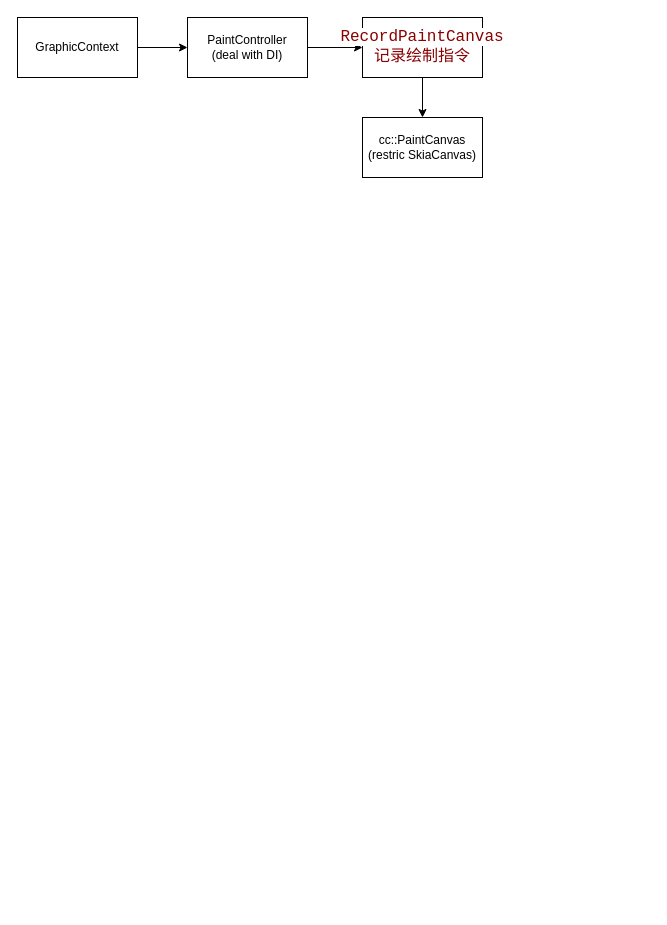
trancx/blog keeps this draw.io diagram as page "Painter" (6 of 6) of blink_cc.drawio. Above is the earlier version. Source tidied: cells renumbered, new cells numbered last; positions are measured from the earlier drawing's top-left corner, leaving out a move shared by most shapes. Both pictures are drawn from the tidied source at 100%, with x=0, y=0 at pixel (17, 17).
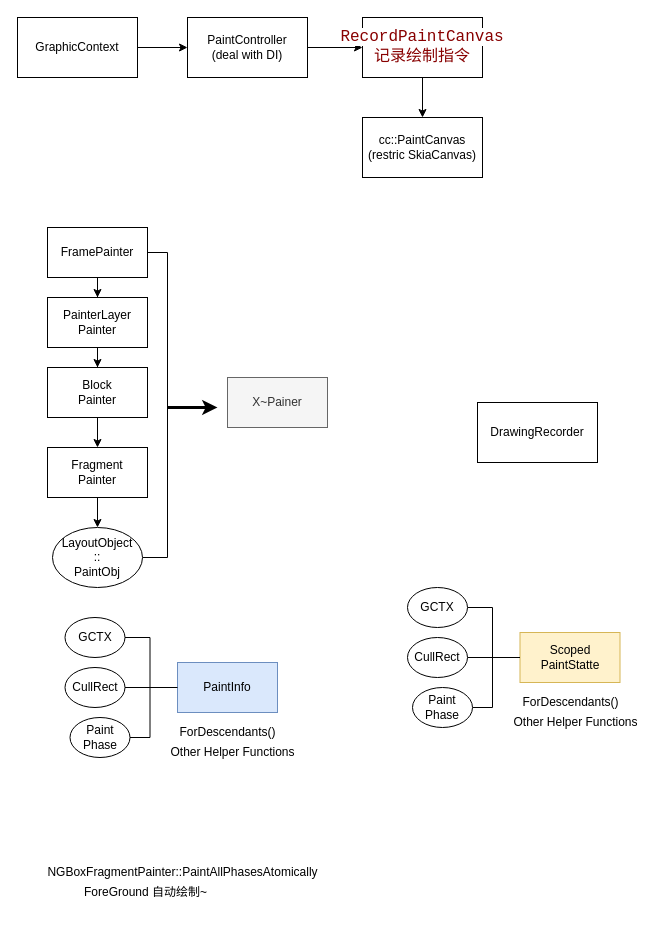
The same diagram, later.

What changed in the source:
```diff
@@
+    <mxCell id="9" value="DrawingRecorder" style="whiteSpace=wrap;html=1;" parent="1" vertex="1">
+      <mxGeometry x="460" y="385" width="120" height="60" as="geometry" />
+    </mxCell>
+    <mxCell id="10" value="X~Painer" style="whiteSpace=wrap;html=1;fillColor=#f5f5f5;fontColor=#333333;strokeColor=#666666;" parent="1" vertex="1">
+      <mxGeometry x="210" y="360" width="100" height="50" as="geometry" />
+    </mxCell>
+    <mxCell id="11" style="edgeStyle=orthogonalEdgeStyle;rounded=0;jettySize=auto;html=1;" parent="1" edge="1" source="13" target="15">
+      <mxGeometry relative="1" as="geometry" />
+    </mxCell>
+    <mxCell id="12" style="edgeStyle=orthogonalEdgeStyle;rounded=0;jettySize=auto;html=1;exitX=1;exitY=0.5;exitDx=0;exitDy=0;entryX=1;entryY=0.5;entryDx=0;entryDy=0;endArrow=none;endFill=0;" parent="1" edge="1" source="13" target="20">
+      <mxGeometry relative="1" as="geometry" />
+    </mxCell>
+    <mxCell id="13" value="FramePainter" style="whiteSpace=wrap;html=1;" parent="1" vertex="1">
+      <mxGeometry x="30" y="210" width="100" height="50" as="geometry" />
+    </mxCell>
+    <mxCell id="14" style="edgeStyle=orthogonalEdgeStyle;rounded=0;jettySize=auto;html=1;" parent="1" edge="1" source="15" target="17">
+      <mxGeometry relative="1" as="geometry" />
+    </mxCell>
+    <mxCell id="15" value="PainterLayer&lt;br&gt;Painter" style="whiteSpace=wrap;html=1;" parent="1" vertex="1">
+      <mxGeometry x="30" y="280" width="100" height="50" as="geometry" />
+    </mxCell>
+    <mxCell id="16" style="edgeStyle=orthogonalEdgeStyle;rounded=0;jettySize=auto;html=1;" parent="1" edge="1" source="17" target="19">
+      <mxGeometry relative="1" as="geometry" />
+    </mxCell>
+    <mxCell id="17" value="Block&lt;br&gt;Painter" style="whiteSpace=wrap;html=1;" parent="1" vertex="1">
+      <mxGeometry x="30" y="350" width="100" height="50" as="geometry" />
+    </mxCell>
+    <mxCell id="18" style="edgeStyle=orthogonalEdgeStyle;rounded=0;jettySize=auto;html=1;" parent="1" edge="1" source="19" target="20">
+      <mxGeometry relative="1" as="geometry" />
+    </mxCell>
+    <mxCell id="19" value="Fragment&lt;br&gt;Painter" style="whiteSpace=wrap;html=1;" parent="1" vertex="1">
+      <mxGeometry x="30" y="430" width="100" height="50" as="geometry" />
+    </mxCell>
+    <mxCell id="20" value="LayoutObject&lt;br&gt;::&lt;br&gt;PaintObj" style="ellipse;whiteSpace=wrap;html=1;" parent="1" vertex="1">
+      <mxGeometry x="35" y="510" width="90" height="60" as="geometry" />
+    </mxCell>
+    <mxCell id="21" style="endArrow=classic;html=1;rounded=0;strokeWidth=3;" parent="1" edge="1">
+      <mxGeometry relative="1" as="geometry">
+        <mxPoint x="150" y="390" as="sourcePoint" />
+        <mxPoint x="200" y="390" as="targetPoint" />
+      </mxGeometry>
+    </mxCell>
+    <mxCell id="22" value="PaintInfo" style="whiteSpace=wrap;html=1;fillColor=#dae8fc;strokeColor=#6c8ebf;" parent="1" vertex="1">
+      <mxGeometry x="160" y="645" width="100" height="50" as="geometry" />
+    </mxCell>
+    <mxCell id="23" style="edgeStyle=orthogonalEdgeStyle;rounded=0;jettySize=auto;html=1;exitX=1;exitY=0.5;exitDx=0;exitDy=0;entryX=1;entryY=0.5;entryDx=0;entryDy=0;endArrow=none;endFill=0;" parent="1" edge="1" source="24" target="27">
+      <mxGeometry relative="1" as="geometry" />
+    </mxCell>
+    <mxCell id="24" value="GCTX" style="ellipse;whiteSpace=wrap;html=1;" parent="1" vertex="1">
+      <mxGeometry x="47.5" y="600" width="60" height="40" as="geometry" />
+    </mxCell>
+    <mxCell id="25" style="edgeStyle=orthogonalEdgeStyle;rounded=0;jettySize=auto;html=1;exitX=1;exitY=0.5;exitDx=0;exitDy=0;entryX=0;entryY=0.5;entryDx=0;entryDy=0;endArrow=none;endFill=0;" parent="1" edge="1" source="26" target="22">
+      <mxGeometry relative="1" as="geometry" />
+    </mxCell>
+    <mxCell id="26" value="CullRect" style="ellipse;whiteSpace=wrap;html=1;" parent="1" vertex="1">
+      <mxGeometry x="47.5" y="650" width="60" height="40" as="geometry" />
+    </mxCell>
+    <mxCell id="27" value="Paint&lt;br&gt;Phase" style="ellipse;whiteSpace=wrap;html=1;" parent="1" vertex="1">
+      <mxGeometry x="52.5" y="700" width="60" height="40" as="geometry" />
+    </mxCell>
+    <mxCell id="28" value="ForDescendants()" style="text;html=1;align=center;verticalAlign=middle;strokeColor=none;fillColor=none;fontSize=12;fontFamily=Helvetica;fontColor=default;" parent="1" vertex="1">
+      <mxGeometry x="150" y="700" width="120" height="30" as="geometry" />
+    </mxCell>
+    <mxCell id="29" value="Other Helper Functions" style="text;html=1;align=center;verticalAlign=middle;strokeColor=none;fillColor=none;fontSize=12;fontFamily=Helvetica;fontColor=default;" parent="1" vertex="1">
+      <mxGeometry x="140" y="720" width="150" height="30" as="geometry" />
+    </mxCell>
+    <mxCell id="30" value="NGBoxFragmentPainter::PaintAllPhasesAtomically" style="text;html=1;align=center;verticalAlign=middle;strokeColor=none;fillColor=none;fontSize=12;fontFamily=Helvetica;fontColor=default;" parent="1" vertex="1">
+      <mxGeometry x="20" y="840" width="290" height="30" as="geometry" />
+    </mxCell>
+    <mxCell id="31" value="ForeGround 自动绘制~" style="text;html=1;align=center;verticalAlign=middle;strokeColor=none;fillColor=none;fontSize=12;fontFamily=Helvetica;fontColor=default;" parent="1" vertex="1">
+      <mxGeometry x="52.5" y="860" width="150" height="30" as="geometry" />
+    </mxCell>
+    <mxCell id="32" value="Scoped&lt;br&gt;PaintStatte" style="whiteSpace=wrap;html=1;fillColor=#fff2cc;strokeColor=#d6b656;" parent="1" vertex="1">
+      <mxGeometry x="502.5" y="615" width="100" height="50" as="geometry" />
+    </mxCell>
+    <mxCell id="33" style="edgeStyle=orthogonalEdgeStyle;rounded=0;jettySize=auto;html=1;exitX=1;exitY=0.5;exitDx=0;exitDy=0;entryX=1;entryY=0.5;entryDx=0;entryDy=0;endArrow=none;endFill=0;" parent="1" edge="1" source="34" target="37">
+      <mxGeometry relative="1" as="geometry" />
+    </mxCell>
+    <mxCell id="34" value="GCTX" style="ellipse;whiteSpace=wrap;html=1;" parent="1" vertex="1">
+      <mxGeometry x="390" y="570" width="60" height="40" as="geometry" />
+    </mxCell>
+    <mxCell id="35" style="edgeStyle=orthogonalEdgeStyle;rounded=0;jettySize=auto;html=1;exitX=1;exitY=0.5;exitDx=0;exitDy=0;entryX=0;entryY=0.5;entryDx=0;entryDy=0;endArrow=none;endFill=0;" parent="1" edge="1" source="36" target="32">
+      <mxGeometry relative="1" as="geometry" />
+    </mxCell>
+    <mxCell id="36" value="CullRect" style="ellipse;whiteSpace=wrap;html=1;" parent="1" vertex="1">
+      <mxGeometry x="390" y="620" width="60" height="40" as="geometry" />
+    </mxCell>
+    <mxCell id="37" value="Paint&lt;br&gt;Phase" style="ellipse;whiteSpace=wrap;html=1;" parent="1" vertex="1">
+      <mxGeometry x="395" y="670" width="60" height="40" as="geometry" />
+    </mxCell>
+    <mxCell id="38" value="ForDescendants()" style="text;html=1;align=center;verticalAlign=middle;strokeColor=none;fillColor=none;fontSize=12;fontFamily=Helvetica;fontColor=default;" parent="1" vertex="1">
+      <mxGeometry x="492.5" y="670" width="120" height="30" as="geometry" />
+    </mxCell>
+    <mxCell id="39" value="Other Helper Functions" style="text;html=1;align=center;verticalAlign=middle;strokeColor=none;fillColor=none;fontSize=12;fontFamily=Helvetica;fontColor=default;" parent="1" vertex="1">
+      <mxGeometry x="482.5" y="690" width="150" height="30" as="geometry" />
+    </mxCell>
```
